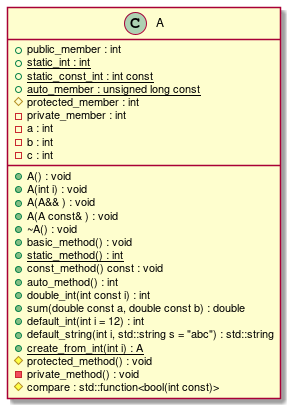
This is docs/test_cases/t00003_class.png from bkryza/clang-uml, a PlantUML export, as it was before one commit.
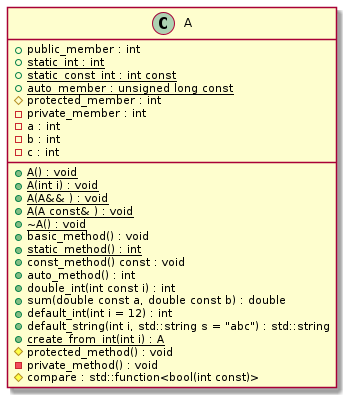
After the commit.

The edit, as a diff of the source:
```diff
@@ -2,11 +2,11 @@
 class "A" as C_0000000015
 
 class C_0000000015 {
-+A() : void
-+A(int i) : void
-+A(A&& ) : void
-+A(A const& ) : void
-+~A() : void
+{static} +A() : void
+{static} +A(int i) : void
+{static} +A(A&& ) : void
+{static} +A(A const& ) : void
+{static} +~A() : void
 +basic_method() : void
 {static} +static_method() : int
 +const_method() const : void
```
